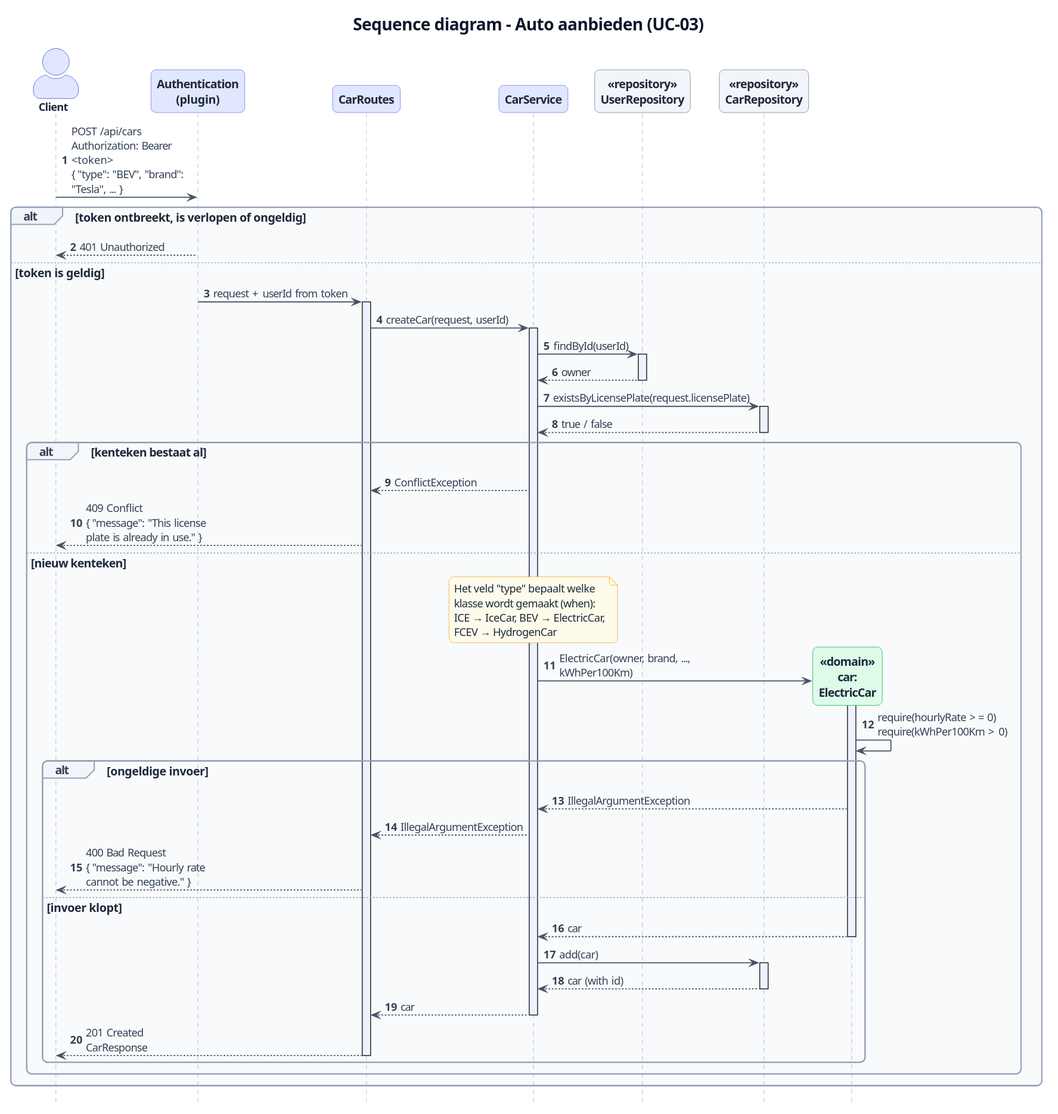
ThimoHarte/RentMyCar keeps this PlantUML diagram as docs/images/sequence-create-car.svg. Above is the earlier version.
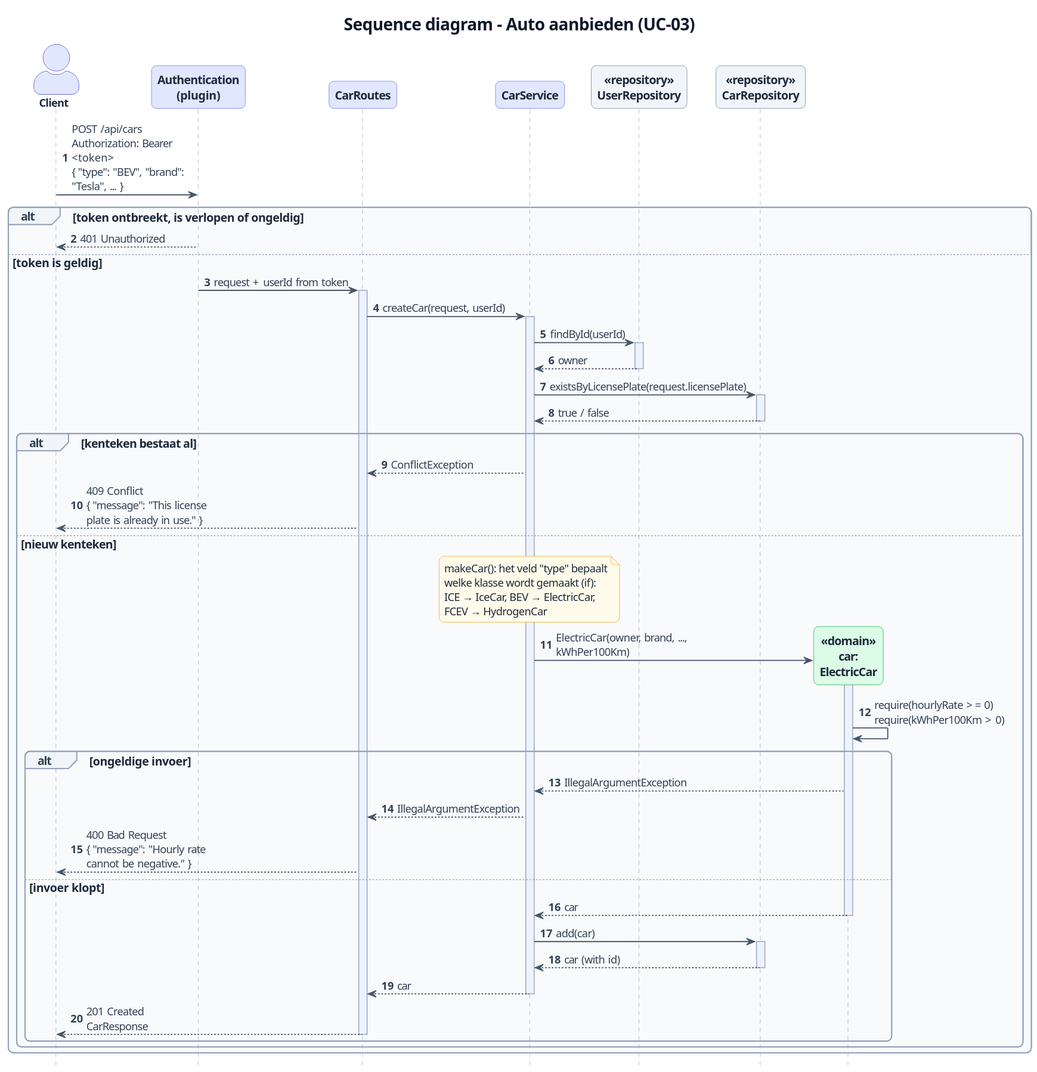
Above is the later version.

The edit, as a diff of the source:
```diff
@@ -39,8 +39,8 @@
     routes --> client : 409 Conflict\n{ "message": "This license plate is already in use." }
   else nieuw kenteken
     note over service
-      Het veld "type" bepaalt welke
-      klasse wordt gemaakt (when):
+      makeCar(): het veld "type" bepaalt
+      welke klasse wordt gemaakt (if):
       ICE → IceCar, BEV → ElectricCar,
       FCEV → HydrogenCar
     end note
```
